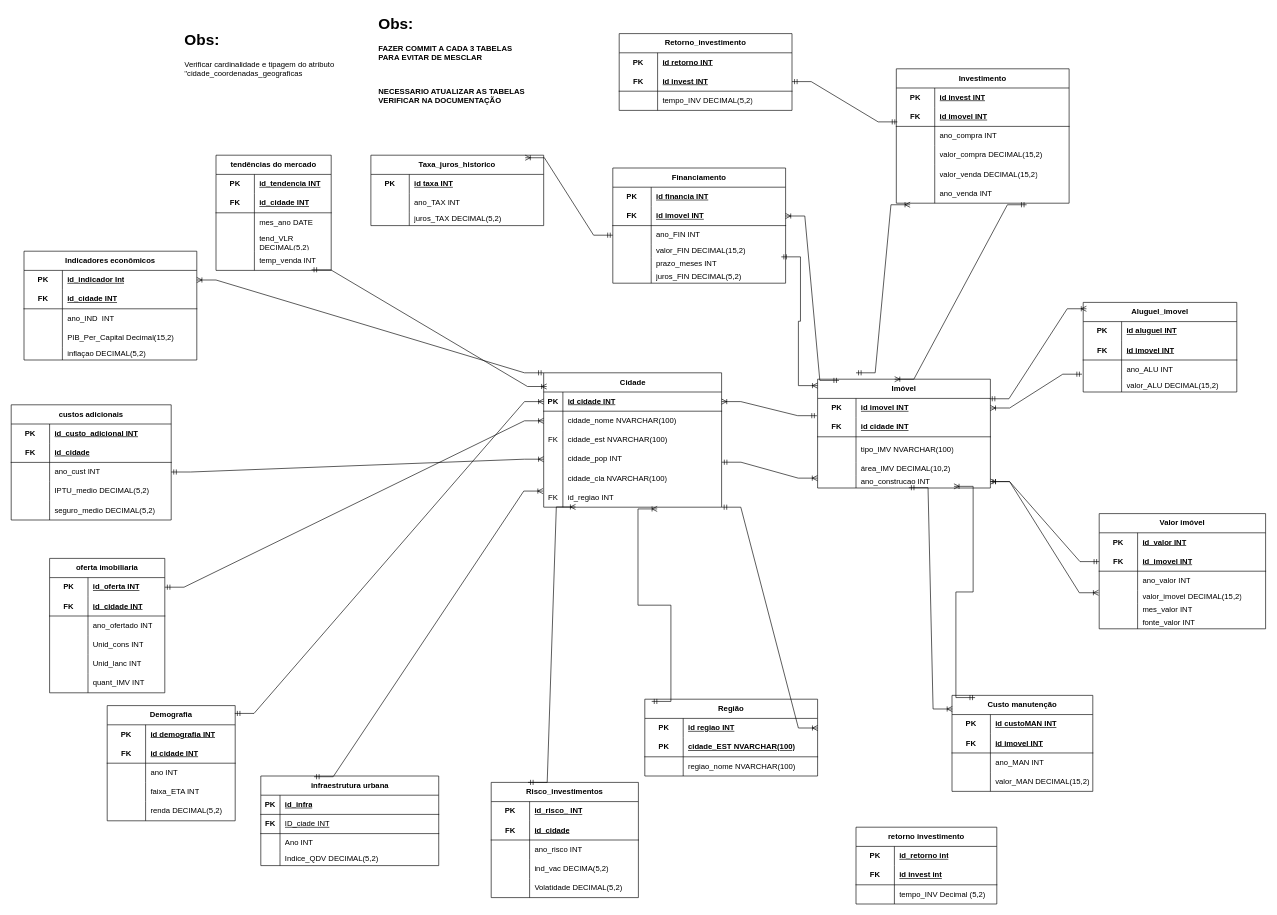
This is GroupBy.drawio from Guilherme22B/Group_by, a draw.io file, before an edit. Source tidied: cells renumbered, new cells numbered last; positions are measured from the earlier drawing's top-left corner, leaving out a move shared by most shapes. Both pictures are drawn from the tidied source at 64%, with x=0, y=0 at pixel (11, 11).
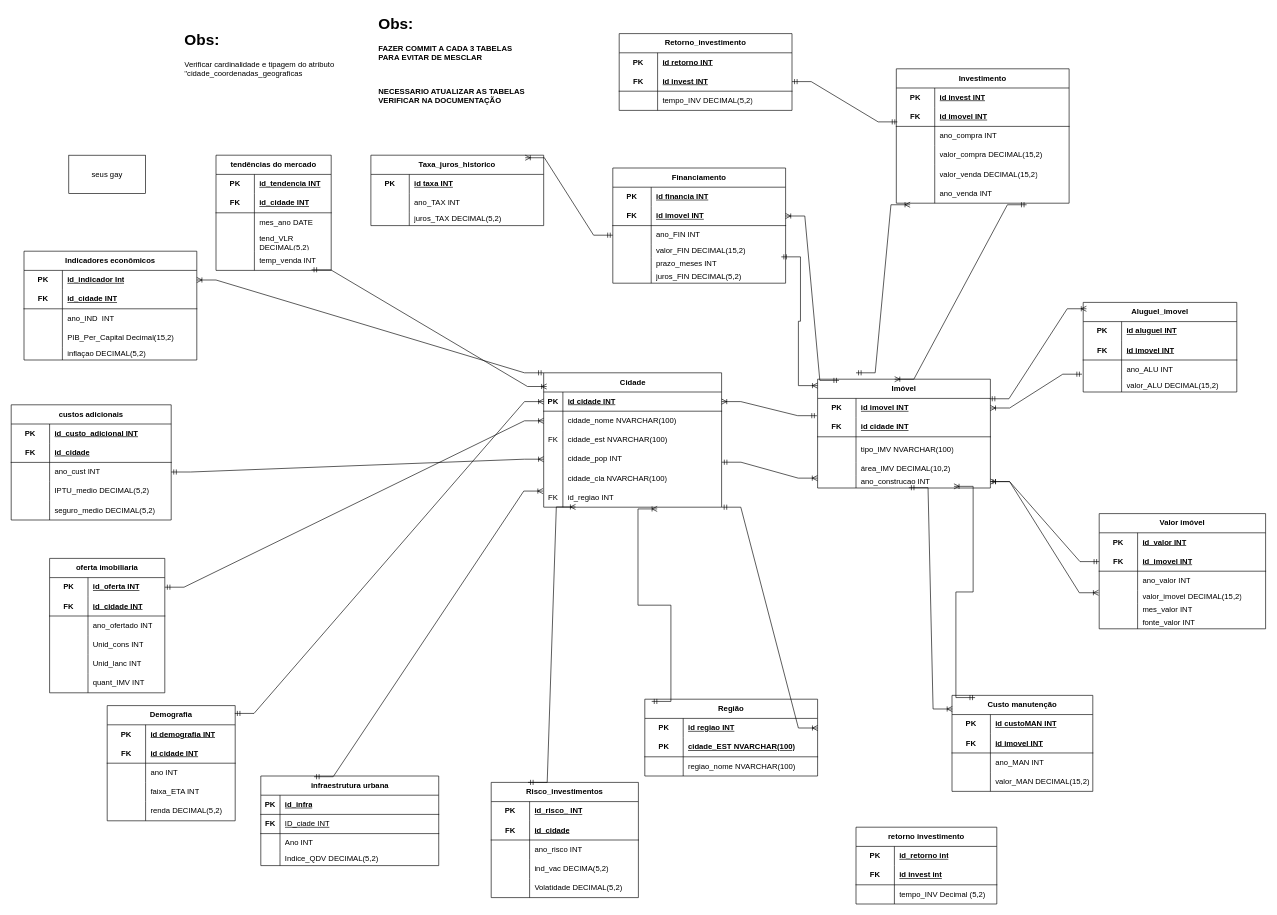
After the change.

Change to the diagram source:
```diff
@@
+    <mxCell id="299" value="seus gay" style="rounded=0;whiteSpace=wrap;html=1;" parent="1" vertex="1">
+      <mxGeometry x="90" y="225" width="120" height="60" as="geometry" />
+    </mxCell>
```
